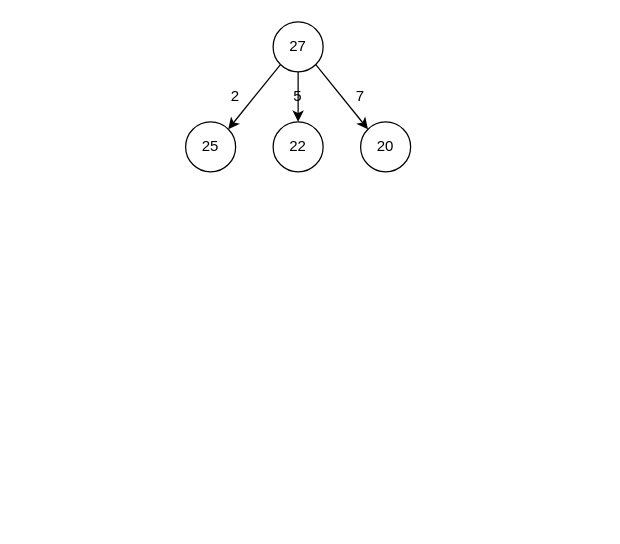
mstao/data-structures keeps this draw.io diagram as Algorithm/xml/MinCoin.drawio. Above is the earlier version. Source tidied: cells renumbered, new cells numbered last; positions are measured from the earlier drawing's top-left corner, leaving out a move shared by most shapes. Both pictures are drawn from the tidied source at 125%, with x=0, y=0 at pixel (185, 21).
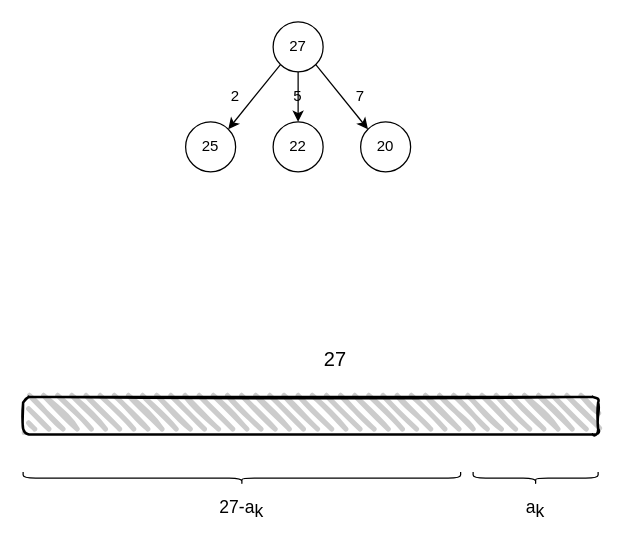
Above is the later version.

The edit, as a diff of the source:
```diff
@@
 <mxGraphModel>
   <root>
     <mxCell id="0" />
     <mxCell id="1" parent="0" />
     <mxCell id="2" value="27" style="ellipse;whiteSpace=wrap;html=1;" parent="1" vertex="1">
       <mxGeometry x="70" width="40" height="40" as="geometry" />
     </mxCell>
     <mxCell id="3" value="25" style="ellipse;whiteSpace=wrap;html=1;" parent="1" vertex="1">
       <mxGeometry y="80" width="40" height="40" as="geometry" />
     </mxCell>
     <mxCell id="4" value="22" style="ellipse;whiteSpace=wrap;html=1;" parent="1" vertex="1">
       <mxGeometry x="70" y="80" width="40" height="40" as="geometry" />
     </mxCell>
     <mxCell id="5" value="20" style="ellipse;whiteSpace=wrap;html=1;" parent="1" vertex="1">
       <mxGeometry x="140" y="80" width="40" height="40" as="geometry" />
     </mxCell>
     <mxCell id="6" style="endArrow=classic;html=1;exitX=0;exitY=1;exitDx=0;exitDy=0;entryX=1;entryY=0;entryDx=0;entryDy=0;" parent="1" edge="1" source="2" target="3">
       <mxGeometry relative="1" as="geometry" />
     </mxCell>
     <mxCell id="7" style="endArrow=classic;html=1;exitX=0.5;exitY=1;exitDx=0;exitDy=0;entryX=0.5;entryY=0;entryDx=0;entryDy=0;" parent="1" edge="1" source="2" target="4">
       <mxGeometry relative="1" as="geometry" />
     </mxCell>
     <mxCell id="8" style="endArrow=classic;html=1;exitX=1;exitY=1;exitDx=0;exitDy=0;entryX=0;entryY=0;entryDx=0;entryDy=0;" parent="1" edge="1" source="2" target="5">
       <mxGeometry relative="1" as="geometry" />
     </mxCell>
     <mxCell id="9" value="2" style="text;html=1;strokeColor=none;fillColor=none;align=center;verticalAlign=middle;whiteSpace=wrap;rounded=0;" parent="1" vertex="1">
       <mxGeometry x="20" y="50" width="40" height="20" as="geometry" />
     </mxCell>
     <mxCell id="10" value="5" style="text;html=1;strokeColor=none;fillColor=none;align=center;verticalAlign=middle;whiteSpace=wrap;rounded=0;" parent="1" vertex="1">
       <mxGeometry x="70" y="50" width="40" height="20" as="geometry" />
     </mxCell>
     <mxCell id="11" value="7" style="text;html=1;strokeColor=none;fillColor=none;align=center;verticalAlign=middle;whiteSpace=wrap;rounded=0;" parent="1" vertex="1">
       <mxGeometry x="120" y="50" width="40" height="20" as="geometry" />
     </mxCell>
+    <mxCell id="12" style="rounded=1;whiteSpace=wrap;html=1;strokeWidth=2;fillWeight=4;hachureGap=8;hachureAngle=45;sketch=1;fillColor=#CCCCCC;" parent="1" vertex="1">
+      <mxGeometry x="-130" y="300" width="460" height="30" as="geometry" />
+    </mxCell>
+    <mxCell id="13" style="shape=curlyBracket;whiteSpace=wrap;html=1;rounded=1;fillColor=#CCCCCC;direction=north;" parent="1" vertex="1">
+      <mxGeometry x="-130" y="360" width="350" height="10" as="geometry" />
+    </mxCell>
+    <mxCell id="14" style="shape=curlyBracket;whiteSpace=wrap;html=1;rounded=1;fillColor=#CCCCCC;direction=north;" parent="1" vertex="1">
+      <mxGeometry x="230" y="360" width="100" height="10" as="geometry" />
+    </mxCell>
+    <mxCell id="15" value="&lt;font style=&quot;font-size: 16px&quot;&gt;27&lt;/font&gt;" style="text;html=1;strokeColor=none;fillColor=none;align=center;verticalAlign=middle;whiteSpace=wrap;rounded=0;" parent="1" vertex="1">
+      <mxGeometry x="100" y="260" width="40" height="20" as="geometry" />
+    </mxCell>
+    <mxCell id="16" value="a&lt;sub style=&quot;font-size: 14px;&quot;&gt;k&lt;/sub&gt;" style="text;html=1;strokeColor=none;fillColor=none;align=center;verticalAlign=middle;whiteSpace=wrap;rounded=0;fontSize=14;" parent="1" vertex="1">
+      <mxGeometry x="260" y="380" width="40" height="20" as="geometry" />
+    </mxCell>
+    <mxCell id="17" value="27-a&lt;sub style=&quot;font-size: 14px;&quot;&gt;k&lt;/sub&gt;" style="text;html=1;strokeColor=none;fillColor=none;align=center;verticalAlign=middle;whiteSpace=wrap;rounded=0;fontSize=14;" parent="1" vertex="1">
+      <mxGeometry x="25" y="380" width="40" height="20" as="geometry" />
+    </mxCell>
   </root>
 </mxGraphModel>
```
